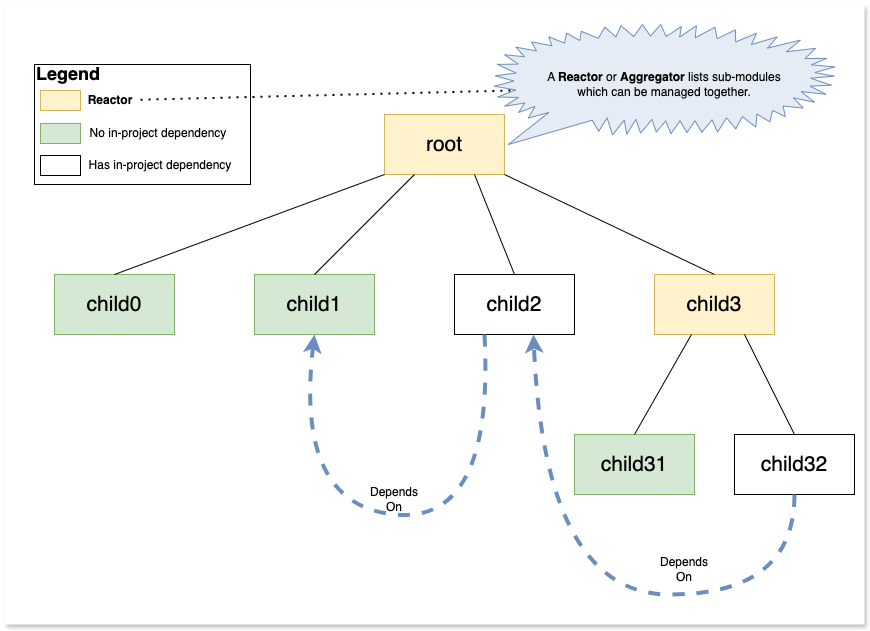
The draw.io diagram maven4/assets/images/MavenMultimodule.png in c-guntur/maven-4-is-awesome, before a commit. Source tidied: cells renumbered, new cells last; positions are measured from the earlier drawing's top-left corner, leaving out a move shared by most shapes. The source it was exported from:
```xml
<mxGraphModel>
  <root>
    <mxCell id="0" />
    <mxCell id="1" parent="0" />
    <mxCell id="2" style="rounded=0;whiteSpace=wrap;html=1;glass=0;shadow=1;strokeColor=none;" parent="1" vertex="1">
      <mxGeometry width="860" height="620" as="geometry" />
    </mxCell>
    <mxCell id="3" value="root" style="rounded=0;whiteSpace=wrap;html=1;fillColor=#fff2cc;strokeColor=#d6b656;fontSize=21;" parent="1" vertex="1">
      <mxGeometry x="380" y="110" width="120" height="60" as="geometry" />
    </mxCell>
    <mxCell id="4" value="child0" style="rounded=0;whiteSpace=wrap;html=1;fontSize=21;fillColor=#d5e8d4;strokeColor=#82b366;" parent="1" vertex="1">
      <mxGeometry x="50" y="270" width="120" height="60" as="geometry" />
    </mxCell>
    <mxCell id="5" value="child1" style="rounded=0;whiteSpace=wrap;html=1;fontSize=21;fillColor=#d5e8d4;strokeColor=#82b366;" parent="1" vertex="1">
      <mxGeometry x="250" y="270" width="120" height="60" as="geometry" />
    </mxCell>
    <mxCell id="6" value="child2" style="rounded=0;whiteSpace=wrap;html=1;fontSize=21;" parent="1" vertex="1">
      <mxGeometry x="450" y="270" width="120" height="60" as="geometry" />
    </mxCell>
    <mxCell id="7" value="child3" style="rounded=0;whiteSpace=wrap;html=1;fillColor=#fff2cc;strokeColor=#d6b656;fontSize=21;" parent="1" vertex="1">
      <mxGeometry x="650" y="270" width="120" height="60" as="geometry" />
    </mxCell>
    <mxCell id="8" value="child31" style="rounded=0;whiteSpace=wrap;html=1;fontSize=21;fillColor=#d5e8d4;strokeColor=#82b366;" parent="1" vertex="1">
      <mxGeometry x="570" y="430" width="120" height="60" as="geometry" />
    </mxCell>
    <mxCell id="9" value="child32" style="rounded=0;whiteSpace=wrap;html=1;fontSize=21;" parent="1" vertex="1">
      <mxGeometry x="730" y="430" width="120" height="60" as="geometry" />
    </mxCell>
    <mxCell id="10" style="endArrow=none;html=1;rounded=0;exitX=0.5;exitY=0;exitDx=0;exitDy=0;entryX=0;entryY=1;entryDx=0;entryDy=0;" parent="1" edge="1" source="4" target="3">
      <mxGeometry relative="1" as="geometry" />
    </mxCell>
    <mxCell id="11" style="endArrow=none;html=1;rounded=0;entryX=0.25;entryY=1;entryDx=0;entryDy=0;exitX=0.5;exitY=0;exitDx=0;exitDy=0;" parent="1" edge="1" source="5" target="3">
      <mxGeometry relative="1" as="geometry" />
    </mxCell>
    <mxCell id="12" style="endArrow=none;html=1;rounded=0;entryX=0.75;entryY=1;entryDx=0;entryDy=0;exitX=0.5;exitY=0;exitDx=0;exitDy=0;" parent="1" edge="1" source="6" target="3">
      <mxGeometry relative="1" as="geometry" />
    </mxCell>
    <mxCell id="13" style="endArrow=none;html=1;rounded=0;entryX=1;entryY=1;entryDx=0;entryDy=0;exitX=0.5;exitY=0;exitDx=0;exitDy=0;" parent="1" edge="1" source="7" target="3">
      <mxGeometry relative="1" as="geometry" />
    </mxCell>
    <mxCell id="14" style="endArrow=none;html=1;rounded=0;entryX=0.308;entryY=1;entryDx=0;entryDy=0;entryPerimeter=0;exitX=0.5;exitY=0;exitDx=0;exitDy=0;" parent="1" edge="1" source="8" target="7">
      <mxGeometry relative="1" as="geometry" />
    </mxCell>
    <mxCell id="15" style="endArrow=none;html=1;rounded=0;entryX=0.75;entryY=1;entryDx=0;entryDy=0;exitX=0.5;exitY=0;exitDx=0;exitDy=0;" parent="1" edge="1" source="9" target="7">
      <mxGeometry relative="1" as="geometry" />
    </mxCell>
    <mxCell id="16" style="curved=1;endArrow=classic;html=1;rounded=0;exitX=0.5;exitY=1;exitDx=0;exitDy=0;fillColor=#dae8fc;gradientColor=#7ea6e0;strokeColor=#6c8ebf;strokeWidth=4;dashed=1;entryX=0.658;entryY=1;entryDx=0;entryDy=0;entryPerimeter=0;" parent="1" edge="1" source="9" target="6">
      <mxGeometry relative="1" as="geometry">
        <Array as="points">
          <mxPoint x="790" y="590" />
          <mxPoint x="540" y="590" />
        </Array>
      </mxGeometry>
    </mxCell>
    <mxCell id="17" style="curved=1;endArrow=classic;html=1;rounded=0;exitX=0.25;exitY=1;exitDx=0;exitDy=0;fillColor=#dae8fc;gradientColor=#7ea6e0;strokeColor=#6c8ebf;strokeWidth=4;dashed=1;entryX=0.5;entryY=1;entryDx=0;entryDy=0;" parent="1" edge="1" source="6" target="5">
      <mxGeometry relative="1" as="geometry">
        <Array as="points">
          <mxPoint x="490" y="520" />
          <mxPoint x="290" y="500" />
        </Array>
      </mxGeometry>
    </mxCell>
    <mxCell id="18" value="Depends On" style="text;strokeColor=none;align=center;fillColor=none;html=1;verticalAlign=middle;whiteSpace=wrap;rounded=0;" parent="1" vertex="1">
      <mxGeometry x="360" y="480" width="60" height="30" as="geometry" />
    </mxCell>
    <mxCell id="19" value="Depends On" style="text;strokeColor=none;align=center;fillColor=none;html=1;verticalAlign=middle;whiteSpace=wrap;rounded=0;" parent="1" vertex="1">
      <mxGeometry x="650" y="550" width="60" height="30" as="geometry" />
    </mxCell>
    <mxCell id="20" style="group;" parent="1" vertex="1">
      <mxGeometry x="30" y="60" width="216" height="120" as="geometry" />
    </mxCell>
    <mxCell id="21" value="&lt;h2&gt;&lt;b&gt;Legend&lt;/b&gt;&lt;/h2&gt;&lt;div&gt;&lt;b&gt;&lt;br&gt;&lt;/b&gt;&lt;/div&gt;&lt;div&gt;&lt;b&gt;&lt;br&gt;&lt;/b&gt;&lt;/div&gt;&lt;div&gt;&lt;b&gt;&lt;br&gt;&lt;/b&gt;&lt;/div&gt;&lt;div&gt;&lt;b&gt;&lt;br&gt;&lt;/b&gt;&lt;/div&gt;&lt;div&gt;&lt;b&gt;&lt;br&gt;&lt;/b&gt;&lt;/div&gt;&lt;div&gt;&lt;b&gt;&lt;br&gt;&lt;/b&gt;&lt;/div&gt;&lt;div&gt;&lt;b&gt;&lt;br&gt;&lt;/b&gt;&lt;/div&gt;" style="rounded=0;whiteSpace=wrap;html=1;align=left;" parent="20" vertex="1">
      <mxGeometry width="216" height="120" as="geometry" />
    </mxCell>
    <mxCell id="22" style="rounded=0;whiteSpace=wrap;html=1;fillColor=#fff2cc;strokeColor=#d6b656;fontSize=21;" parent="20" vertex="1">
      <mxGeometry x="6" y="26" width="40" height="20" as="geometry" />
    </mxCell>
    <mxCell id="23" value="&lt;b&gt;Reactor&lt;/b&gt;" style="text;strokeColor=none;align=center;fillColor=none;html=1;verticalAlign=middle;whiteSpace=wrap;rounded=0;" parent="20" vertex="1">
      <mxGeometry x="46" y="21" width="60" height="30" as="geometry" />
    </mxCell>
    <mxCell id="24" style="rounded=0;whiteSpace=wrap;html=1;fillColor=#d5e8d4;strokeColor=#82b366;fontSize=21;" parent="20" vertex="1">
      <mxGeometry x="6" y="59" width="40" height="20" as="geometry" />
    </mxCell>
    <mxCell id="25" value="No in-project dependency" style="text;strokeColor=none;align=center;fillColor=none;html=1;verticalAlign=middle;whiteSpace=wrap;rounded=0;" parent="20" vertex="1">
      <mxGeometry x="49" y="54" width="150" height="30" as="geometry" />
    </mxCell>
    <mxCell id="26" style="rounded=0;whiteSpace=wrap;html=1;fontSize=21;" parent="20" vertex="1">
      <mxGeometry x="6" y="91" width="40" height="20" as="geometry" />
    </mxCell>
    <mxCell id="27" value="Has in-project dependency" style="text;strokeColor=none;align=center;fillColor=none;html=1;verticalAlign=middle;whiteSpace=wrap;rounded=0;" parent="20" vertex="1">
      <mxGeometry x="51" y="86" width="150" height="30" as="geometry" />
    </mxCell>
    <mxCell id="28" value="A &lt;b&gt;Reactor&lt;/b&gt; or &lt;b&gt;Aggregator&lt;/b&gt; lists sub-modules&lt;br&gt;which can be managed together." style="whiteSpace=wrap;html=1;shape=mxgraph.basic.loud_callout;fillColor=#e5ecf5;strokeColor=#6c8ebf;" parent="1" vertex="1">
      <mxGeometry x="490" y="20" width="340" height="120" as="geometry" />
    </mxCell>
    <mxCell id="29" style="endArrow=none;dashed=1;html=1;dashPattern=1 3;strokeWidth=2;rounded=0;entryX=0.053;entryY=0.55;entryDx=0;entryDy=0;entryPerimeter=0;" parent="1" edge="1" source="23" target="28">
      <mxGeometry relative="1" as="geometry" />
    </mxCell>
  </root>
</mxGraphModel>
```
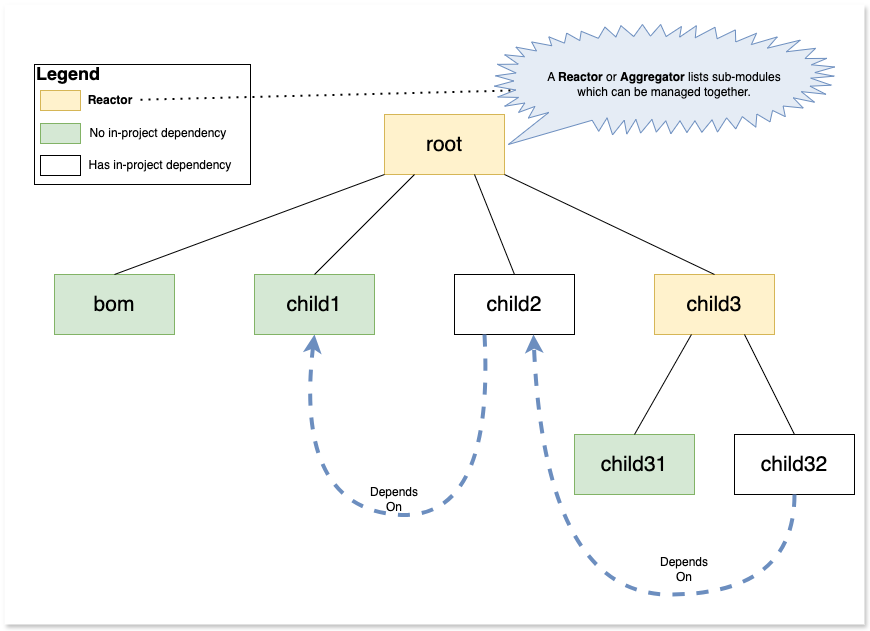
After the change.

Diff of the diagram source:
```diff
@@ -8,9 +8,9 @@
     <mxCell id="3" value="root" style="rounded=0;whiteSpace=wrap;html=1;fillColor=#fff2cc;strokeColor=#d6b656;fontSize=21;" parent="1" vertex="1">
       <mxGeometry x="380" y="110" width="120" height="60" as="geometry" />
     </mxCell>
-    <mxCell id="4" value="child0" style="rounded=0;whiteSpace=wrap;html=1;fontSize=21;fillColor=#d5e8d4;strokeColor=#82b366;" parent="1" vertex="1">
-      <mxGeometry x="50" y="270" width="120" height="60" as="geometry" />
-    </mxCell>
+    <mxCell id="30" value="bom" style="rounded=0;whiteSpace=wrap;html=1;fontSize=21;fillColor=#d5e8d4;strokeColor=#82b366;" parent="1" vertex="1">
+      <mxGeometry x="50" y="270" width="120" height="60" as="geometry" />
+    </mxCell>
     <mxCell id="5" value="child1" style="rounded=0;whiteSpace=wrap;html=1;fontSize=21;fillColor=#d5e8d4;strokeColor=#82b366;" parent="1" vertex="1">
       <mxGeometry x="250" y="270" width="120" height="60" as="geometry" />
     </mxCell>
@@ -26,9 +26,9 @@
     <mxCell id="9" value="child32" style="rounded=0;whiteSpace=wrap;html=1;fontSize=21;" parent="1" vertex="1">
       <mxGeometry x="730" y="430" width="120" height="60" as="geometry" />
     </mxCell>
-    <mxCell id="10" style="endArrow=none;html=1;rounded=0;exitX=0.5;exitY=0;exitDx=0;exitDy=0;entryX=0;entryY=1;entryDx=0;entryDy=0;" parent="1" edge="1" source="4" target="3">
-      <mxGeometry relative="1" as="geometry" />
-    </mxCell>
+    <mxCell id="31" style="endArrow=none;html=1;rounded=0;exitX=0.5;exitY=0;exitDx=0;exitDy=0;entryX=0;entryY=1;entryDx=0;entryDy=0;" parent="1" edge="1" source="30" target="3">
+      <mxGeometry relative="1" as="geometry" />
+    </mxCell>
     <mxCell id="11" style="endArrow=none;html=1;rounded=0;entryX=0.25;entryY=1;entryDx=0;entryDy=0;exitX=0.5;exitY=0;exitDx=0;exitDy=0;" parent="1" edge="1" source="5" target="3">
       <mxGeometry relative="1" as="geometry" />
     </mxCell>
```
